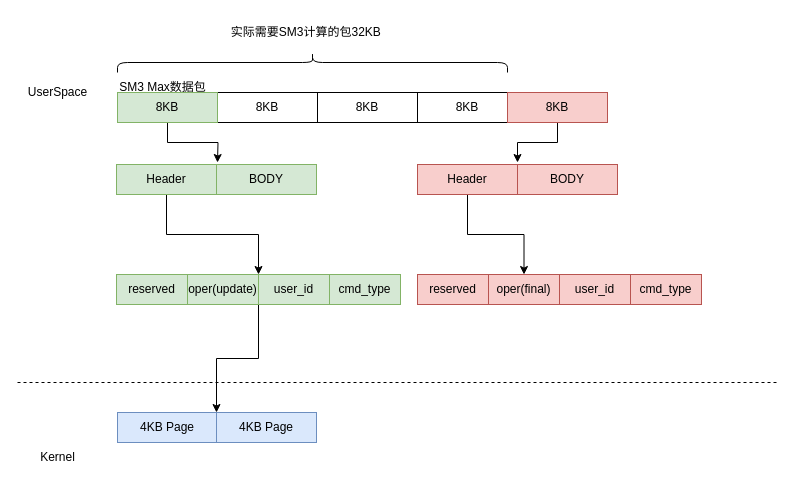
easycody/draw.io keeps this draw.io diagram as serica/SM3.drawio. Above is the earlier version. Source tidied: cells renumbered, new cells numbered last; positions are measured from the earlier drawing's top-left corner, leaving out a move shared by most shapes. Both pictures are drawn from the tidied source at 100%, with x=0, y=0 at pixel (17, -133).
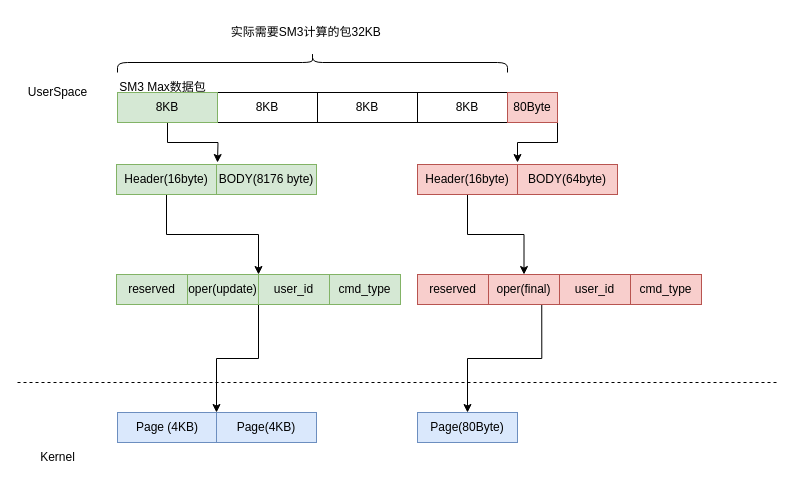
The same page after the edit.

The change refers to these unchanged cells:
```xml
<mxCell id="26" value="oper(final)" style="rounded=0;whiteSpace=wrap;html=1;fillColor=#f8cecc;strokeColor=#b85450;" parent="1" vertex="1">
  <mxGeometry x="471" y="407" width="71" height="30" as="geometry" />
</mxCell>
```

Change to the diagram source:
```diff
@@
-    <mxCell id="15" value="Header" style="rounded=0;whiteSpace=wrap;html=1;fillColor=#d5e8d4;strokeColor=#82b366;" parent="1" vertex="1">
+    <mxCell id="15" value="Header(16byte)" style="rounded=0;whiteSpace=wrap;html=1;fillColor=#d5e8d4;strokeColor=#82b366;" parent="1" vertex="1">
       <mxGeometry x="99" y="297" width="100" height="30" as="geometry" />
     </mxCell>
-    <mxCell id="16" value="BODY" style="rounded=0;whiteSpace=wrap;html=1;fillColor=#d5e8d4;strokeColor=#82b366;" parent="1" vertex="1">
+    <mxCell id="16" value="BODY(8176 byte)" style="rounded=0;whiteSpace=wrap;html=1;fillColor=#d5e8d4;strokeColor=#82b366;" parent="1" vertex="1">
       <mxGeometry x="199" y="297" width="100" height="30" as="geometry" />
     </mxCell>
@@
-    <mxCell id="23" value="Header" style="rounded=0;whiteSpace=wrap;html=1;fillColor=#f8cecc;strokeColor=#b85450;" parent="1" vertex="1">
+    <mxCell id="23" value="Header(16byte)" style="rounded=0;whiteSpace=wrap;html=1;fillColor=#f8cecc;strokeColor=#b85450;" parent="1" vertex="1">
       <mxGeometry x="400" y="297" width="100" height="30" as="geometry" />
     </mxCell>
-    <mxCell id="24" value="BODY" style="rounded=0;whiteSpace=wrap;html=1;fillColor=#f8cecc;strokeColor=#b85450;" parent="1" vertex="1">
+    <mxCell id="24" value="BODY(64byte)" style="rounded=0;whiteSpace=wrap;html=1;fillColor=#f8cecc;strokeColor=#b85450;" parent="1" vertex="1">
       <mxGeometry x="500" y="297" width="100" height="30" as="geometry" />
     </mxCell>
@@
+    <mxCell id="33" style="edgeStyle=orthogonalEdgeStyle;rounded=0;jettySize=auto;html=1;exitX=0.75;exitY=1;exitDx=0;exitDy=0;entryX=0.5;entryY=0;entryDx=0;entryDy=0;" parent="1" edge="1" source="26" target="34">
+      <mxGeometry relative="1" as="geometry" />
+    </mxCell>
@@
-    <mxCell id="30" value="4KB Page" style="rounded=0;whiteSpace=wrap;html=1;fillColor=#dae8fc;strokeColor=#6c8ebf;" parent="1" vertex="1">
+    <mxCell id="30" value="Page (4KB)" style="rounded=0;whiteSpace=wrap;html=1;fillColor=#dae8fc;strokeColor=#6c8ebf;" parent="1" vertex="1">
       <mxGeometry x="100" y="545" width="100" height="30" as="geometry" />
     </mxCell>
-    <mxCell id="31" value="4KB Page" style="rounded=0;whiteSpace=wrap;html=1;fillColor=#dae8fc;strokeColor=#6c8ebf;" parent="1" vertex="1">
+    <mxCell id="31" value="Page(4KB)" style="rounded=0;whiteSpace=wrap;html=1;fillColor=#dae8fc;strokeColor=#6c8ebf;" parent="1" vertex="1">
       <mxGeometry x="199" y="545" width="100" height="30" as="geometry" />
     </mxCell>
-    <mxCell id="32" value="8KB" style="rounded=0;whiteSpace=wrap;html=1;fillColor=#f8cecc;strokeColor=#b85450;" parent="1" vertex="1">
-      <mxGeometry x="490" y="225" width="100" height="30" as="geometry" />
+    <mxCell id="32" value="80Byte" style="rounded=0;whiteSpace=wrap;html=1;fillColor=#f8cecc;strokeColor=#b85450;" parent="1" vertex="1">
+      <mxGeometry x="490" y="225" width="50" height="30" as="geometry" />
     </mxCell>
+    <mxCell id="34" value="Page(80Byte)" style="rounded=0;whiteSpace=wrap;html=1;fillColor=#dae8fc;strokeColor=#6c8ebf;" parent="1" vertex="1">
+      <mxGeometry x="400" y="545" width="100" height="30" as="geometry" />
+    </mxCell>
```
